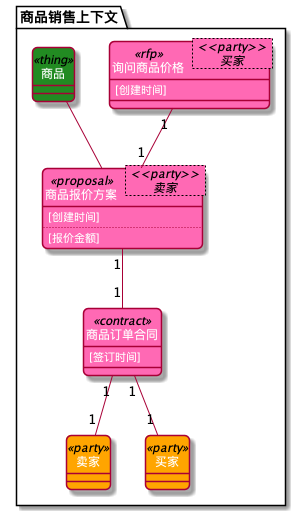
Above: images/contract_with_rfp_diagram.png in behring/8x-flow-diagram (PlantUML), before the change. The source it was exported from:
```plantuml
@startuml
skinparam classFontColor White
skinparam classAttributeFontColor White
skinparam roundCorner 10
hide circle
        package 商品销售上下文 {
class 卖家
class 买家
class 询问商品价格
class 商品报价方案
class 商品
class 商品订单合同
}
class 商品 <<thing>> #ForestGreen
商品  --  商品报价方案

class 卖家 <<party>> #orange
class 买家 <<party>> #orange

class 询问商品价格< <<party>> \n 买家 ><<rfp>> #HotPink{
    [创建时间]


}
询问商品价格 "1" -- "1" 商品报价方案


class 商品报价方案< <<party>> \n 卖家 ><<proposal>> #HotPink{
    [创建时间]
    ..
    [报价金额]
}
商品报价方案  "1" -- "1"  商品订单合同


class 商品订单合同<<contract>> #HotPink{
    [签订时间]


}
class 卖家 <<party>> #orange
商品订单合同  "1" -- "1"  卖家
class 买家 <<party>> #orange
商品订单合同  "1" -- "1"  买家



@enduml
```
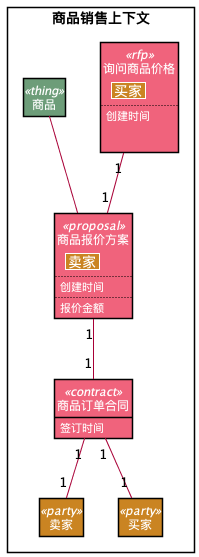
The same file after the commit.

Change to the diagram source:
```diff
@@ -1,46 +1,59 @@
 @startuml
-skinparam classFontColor White
-skinparam classAttributeFontColor White
-skinparam roundCorner 10
-hide circle
-        package 商品销售上下文 {
-class 卖家
-class 买家
-class 询问商品价格
-class 商品报价方案
-class 商品
-class 商品订单合同
+skinparam class {
+   BorderColor black
+   FontColor White
+   AttributeFontColor White
+   StereotypeFontColor White
 }
-class 商品 <<thing>> #ForestGreen
+skinparam defaultTextAlignment center
+skinparam style strictuml
+hide empty members
+        rectangle 商品销售上下文 {
+class 卖家 #CA8422
+class 买家 #CA8422
+class 询问商品价格 #transparent
+class 商品报价方案 #transparent
+class 商品 #transparent
+class 商品订单合同 #transparent
+}
+class 商品 <<thing>> #6D9D79
 商品  --  商品报价方案
 
-class 卖家 <<party>> #orange
-class 买家 <<party>> #orange
+class 卖家 <<party>> #CA8422
 
-class 询问商品价格< <<party>> \n 买家 ><<rfp>> #HotPink{
-    [创建时间]
+class 买家 <<party>> #CA8422
+
+
+class 询问商品价格 <<rfp>> #F0637C{
+   |<#CA8422> <size:14>买家</size> |
+..
+ 创建时间
+
+
+            }
+询问商品价格 "1" -- "1" 商品报价方案
+
+
+class 商品报价方案 <<proposal>> #F0637C{
+   |<#CA8422> <size:14>卖家</size> |
+..
+ 创建时间
+   ..
+   报价金额
+            }
+商品报价方案  "1" -- "1"  商品订单合同
+
+
+class 商品订单合同 <<contract>> #F0637C{
+    签订时间
 
 
 }
-询问商品价格 "1" -- "1" 商品报价方案
+class 卖家 <<party>> #CA8422
 
+商品订单合同  "1" -- "1"  卖家
+class 买家 <<party>> #CA8422
 
-class 商品报价方案< <<party>> \n 卖家 ><<proposal>> #HotPink{
-    [创建时间]
-    ..
-    [报价金额]
-}
-商品报价方案  "1" -- "1"  商品订单合同
-
-
-class 商品订单合同<<contract>> #HotPink{
-    [签订时间]
-
-
-}
-class 卖家 <<party>> #orange
-商品订单合同  "1" -- "1"  卖家
-class 买家 <<party>> #orange
 商品订单合同  "1" -- "1"  买家
 
 
```
